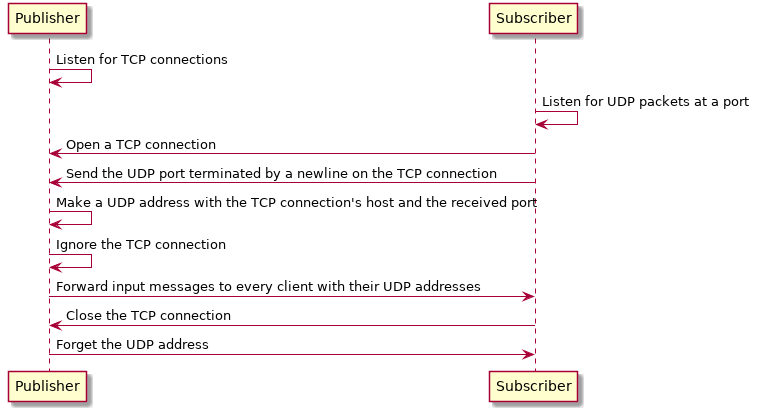
This is bullhorn/doc/sequence.png from jwowillo/greenerthumb, a PlantUML export, as it was before one commit.
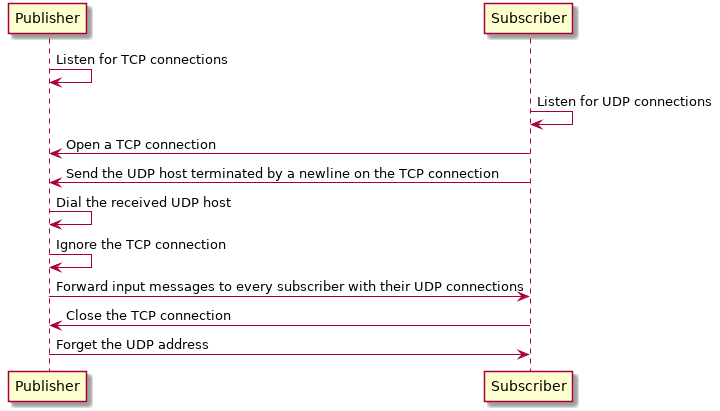
The same diagram one commit later.

What changed in the source:
```diff
@@ -2,17 +2,17 @@
 
 Publisher -> Publisher: Listen for TCP connections
 
-Subscriber -> Subscriber: Listen for UDP packets at a port
+Subscriber -> Subscriber: Listen for UDP connections
 
 Subscriber -> Publisher: Open a TCP connection
 
-Subscriber -> Publisher: Send the UDP port terminated by a newline on the TCP connection
+Subscriber -> Publisher: Send the UDP host terminated by a newline on the TCP connection
 
-Publisher -> Publisher: Make a UDP address with the TCP connection's host and the received port
+Publisher -> Publisher: Dial the received UDP host
 
 Publisher -> Publisher: Ignore the TCP connection
 
-Publisher -> Subscriber: Forward input messages to every client with their UDP addresses
+Publisher -> Subscriber: Forward input messages to every subscriber with their UDP connections
 
 Subscriber -> Publisher: Close the TCP connection
 
```
